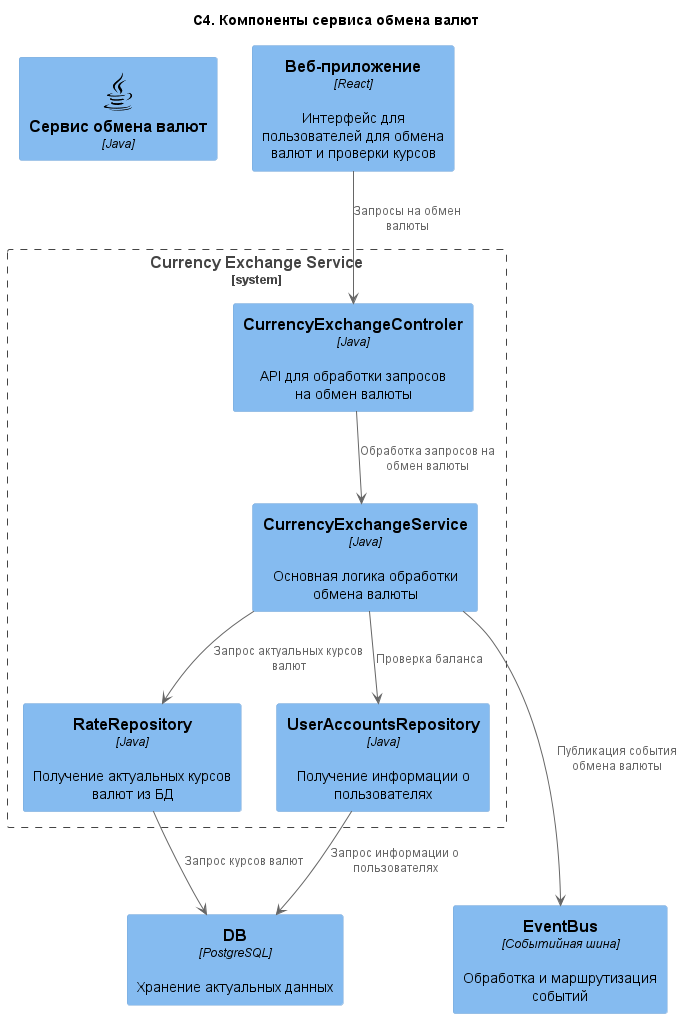
Earlier version of the PlantUML export out/2. Технический проект/3.components/API. Диаграмма компонентов.png (SmirnovR2003/PPO).
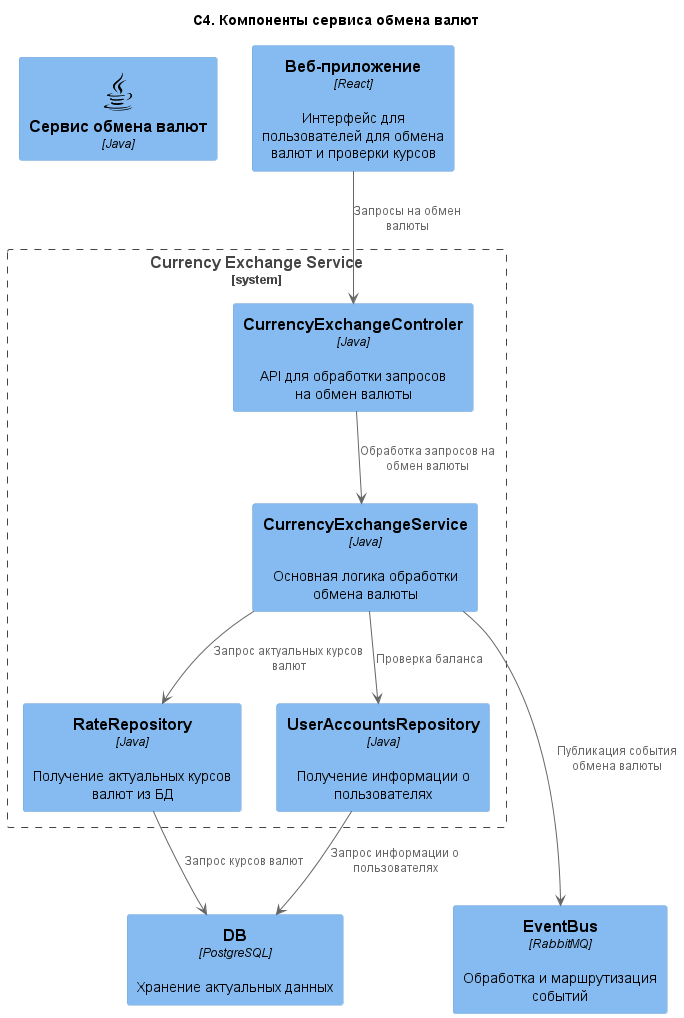
The same file after the commit.

Commit message:
доработки C4 и диаграмм  infrastucture и maintanence

Change to the diagram source:
```diff
@@ -28,7 +28,7 @@
 RateRepository --> ExchangeRatesDB : "Запрос курсов валют"
 UserAccountsRepository --> ExchangeRatesDB : "Запрос информации о пользователях"
 
-Component(EventBus, "EventBus", "Событийная шина", "Обработка и маршрутизация событий")
+Component(EventBus, "EventBus", "RabbitMQ", "Обработка и маршрутизация событий")
 
 CurrencyExchangeProcessor ---> EventBus : "Публикация события обмена валюты"
 
```
